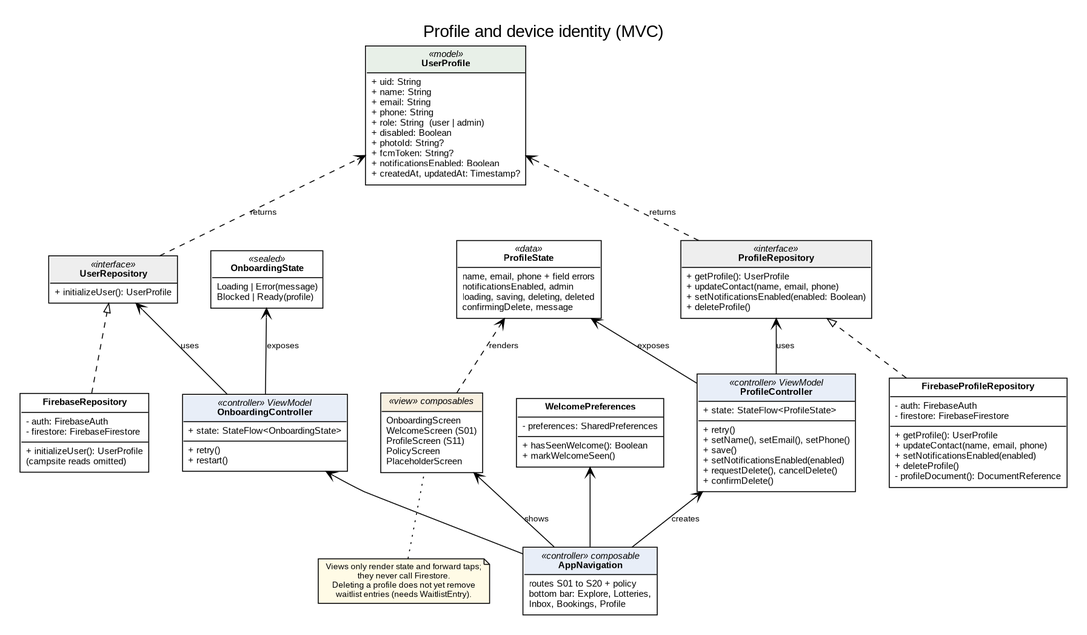
CMPUT301F26-legion/legion-events keeps this Graphviz diagram as doc/uml/profile_identity.png. Above is the earlier version. Its source is kept beside it as doc/uml/profile_identity.dot. Source of this version:
```dot
digraph ProfileIdentity {
  graph [rankdir=BT fontname="Liberation Sans" nodesep=0.5 ranksep=0.7 dpi=110 pad=0.3
         label="Profile and device identity (MVC)" labelloc=t fontsize=18];
  node  [shape=plain fontname="Liberation Sans" fontsize=10];
  edge  [fontname="Liberation Sans" fontsize=9];

  UserProfile [label=<<TABLE BORDER="1" CELLBORDER="0" CELLSPACING="0" CELLPADDING="4">
    <TR><TD BGCOLOR="#e8f0e8"><I>«model»</I><BR/><B>UserProfile</B></TD></TR>
    <TR><TD ALIGN="LEFT" BALIGN="LEFT" SIDES="T" BORDER="1">+ uid: String<BR/>+ name: String<BR/>+ email: String<BR/>+ phone: String<BR/>+ role: String  (user | admin)<BR/>+ disabled: Boolean<BR/>+ photoId: String?<BR/>+ fcmToken: String?<BR/>+ notificationsEnabled: Boolean<BR/>+ createdAt, updatedAt: Timestamp?</TD></TR></TABLE>>];

  UserRepository [label=<<TABLE BORDER="1" CELLBORDER="0" CELLSPACING="0" CELLPADDING="4">
    <TR><TD BGCOLOR="#eeeeee"><I>«interface»</I><BR/><B>UserRepository</B></TD></TR>
    <TR><TD ALIGN="LEFT" SIDES="T" BORDER="1">+ initializeUser(): UserProfile</TD></TR></TABLE>>];

  ProfileRepository [label=<<TABLE BORDER="1" CELLBORDER="0" CELLSPACING="0" CELLPADDING="4">
    <TR><TD BGCOLOR="#eeeeee"><I>«interface»</I><BR/><B>ProfileRepository</B></TD></TR>
    <TR><TD ALIGN="LEFT" BALIGN="LEFT" SIDES="T" BORDER="1">+ getProfile(): UserProfile<BR/>+ updateContact(name, email, phone)<BR/>+ setNotificationsEnabled(enabled: Boolean)<BR/>+ deleteProfile()</TD></TR></TABLE>>];

  FirebaseRepository [label=<<TABLE BORDER="1" CELLBORDER="0" CELLSPACING="0" CELLPADDING="4">
    <TR><TD><B>FirebaseRepository</B></TD></TR>
    <TR><TD ALIGN="LEFT" BALIGN="LEFT" SIDES="T" BORDER="1">- auth: FirebaseAuth<BR/>- firestore: FirebaseFirestore</TD></TR>
    <TR><TD ALIGN="LEFT" BALIGN="LEFT" SIDES="T" BORDER="1">+ initializeUser(): UserProfile<BR/>(campsite reads omitted)</TD></TR></TABLE>>];

  FirebaseProfileRepository [label=<<TABLE BORDER="1" CELLBORDER="0" CELLSPACING="0" CELLPADDING="4">
    <TR><TD><B>FirebaseProfileRepository</B></TD></TR>
    <TR><TD ALIGN="LEFT" BALIGN="LEFT" SIDES="T" BORDER="1">- auth: FirebaseAuth<BR/>- firestore: FirebaseFirestore</TD></TR>
    <TR><TD ALIGN="LEFT" BALIGN="LEFT" SIDES="T" BORDER="1">+ getProfile(): UserProfile<BR/>+ updateContact(name, email, phone)<BR/>+ setNotificationsEnabled(enabled)<BR/>+ deleteProfile()<BR/>- profileDocument(): DocumentReference</TD></TR></TABLE>>];

  WelcomePreferences [label=<<TABLE BORDER="1" CELLBORDER="0" CELLSPACING="0" CELLPADDING="4">
    <TR><TD><B>WelcomePreferences</B></TD></TR>
    <TR><TD ALIGN="LEFT" SIDES="T" BORDER="1">- preferences: SharedPreferences</TD></TR>
    <TR><TD ALIGN="LEFT" BALIGN="LEFT" SIDES="T" BORDER="1">+ hasSeenWelcome(): Boolean<BR/>+ markWelcomeSeen()</TD></TR></TABLE>>];

  OnboardingController [label=<<TABLE BORDER="1" CELLBORDER="0" CELLSPACING="0" CELLPADDING="4">
    <TR><TD BGCOLOR="#e8eef8"><I>«controller» ViewModel</I><BR/><B>OnboardingController</B></TD></TR>
    <TR><TD ALIGN="LEFT" SIDES="T" BORDER="1">+ state: StateFlow&lt;OnboardingState&gt;</TD></TR>
    <TR><TD ALIGN="LEFT" BALIGN="LEFT" SIDES="T" BORDER="1">+ retry()<BR/>+ restart()</TD></TR></TABLE>>];

  OnboardingState [label=<<TABLE BORDER="1" CELLBORDER="0" CELLSPACING="0" CELLPADDING="4">
    <TR><TD><I>«sealed»</I><BR/><B>OnboardingState</B></TD></TR>
    <TR><TD ALIGN="LEFT" BALIGN="LEFT" SIDES="T" BORDER="1">Loading | Error(message)<BR/>Blocked | Ready(profile)</TD></TR></TABLE>>];

  ProfileController [label=<<TABLE BORDER="1" CELLBORDER="0" CELLSPACING="0" CELLPADDING="4">
    <TR><TD BGCOLOR="#e8eef8"><I>«controller» ViewModel</I><BR/><B>ProfileController</B></TD></TR>
    <TR><TD ALIGN="LEFT" SIDES="T" BORDER="1">+ state: StateFlow&lt;ProfileState&gt;</TD></TR>
    <TR><TD ALIGN="LEFT" BALIGN="LEFT" SIDES="T" BORDER="1">+ retry()<BR/>+ setName(), setEmail(), setPhone()<BR/>+ save()<BR/>+ setNotificationsEnabled(enabled)<BR/>+ requestDelete(), cancelDelete()<BR/>+ confirmDelete()</TD></TR></TABLE>>];

  ProfileState [label=<<TABLE BORDER="1" CELLBORDER="0" CELLSPACING="0" CELLPADDING="4">
    <TR><TD><I>«data»</I><BR/><B>ProfileState</B></TD></TR>
    <TR><TD ALIGN="LEFT" BALIGN="LEFT" SIDES="T" BORDER="1">name, email, phone + field errors<BR/>notificationsEnabled, admin<BR/>loading, saving, deleting, deleted<BR/>confirmingDelete, message</TD></TR></TABLE>>];

  AppNavigation [label=<<TABLE BORDER="1" CELLBORDER="0" CELLSPACING="0" CELLPADDING="4">
    <TR><TD BGCOLOR="#e8eef8"><I>«controller» composable</I><BR/><B>AppNavigation</B></TD></TR>
    <TR><TD ALIGN="LEFT" BALIGN="LEFT" SIDES="T" BORDER="1">routes S01 to S20 + policy<BR/>bottom bar: Explore, Lotteries,<BR/>Inbox, Bookings, Profile</TD></TR></TABLE>>];

  Views [label=<<TABLE BORDER="1" CELLBORDER="0" CELLSPACING="0" CELLPADDING="4">
    <TR><TD BGCOLOR="#f8f0e0"><I>«view» composables</I></TD></TR>
    <TR><TD ALIGN="LEFT" BALIGN="LEFT" SIDES="T" BORDER="1">OnboardingScreen<BR/>WelcomeScreen (S01)<BR/>ProfileScreen (S11)<BR/>PolicyScreen<BR/>PlaceholderScreen</TD></TR></TABLE>>];

  note [shape=note fontsize=9 style=filled fillcolor="#fffbe6" label="Views only render state and forward taps;\nthey never call Firestore.\nDeleting a profile does not yet remove\nwaitlist entries (needs WaitlistEntry)."];

  FirebaseRepository -> UserRepository [arrowhead=onormal style=dashed];
  FirebaseProfileRepository -> ProfileRepository [arrowhead=onormal style=dashed];
  UserRepository -> UserProfile [arrowhead=vee style=dashed label="returns"];
  ProfileRepository -> UserProfile [arrowhead=vee style=dashed label="returns"];
  OnboardingController -> UserRepository [arrowhead=vee label="uses"];
  OnboardingController -> OnboardingState [arrowhead=vee label="exposes"];
  ProfileController -> ProfileRepository [arrowhead=vee label="uses"];
  ProfileController -> ProfileState [arrowhead=vee label="exposes"];
  AppNavigation -> OnboardingController [arrowhead=vee];
  AppNavigation -> ProfileController [arrowhead=vee label="creates"];
  AppNavigation -> WelcomePreferences [arrowhead=vee];
  AppNavigation -> Views [arrowhead=vee label="shows"];
  Views -> ProfileState [arrowhead=vee style=dashed label="renders"];
  note -> Views [arrowhead=none style=dotted];
}
```
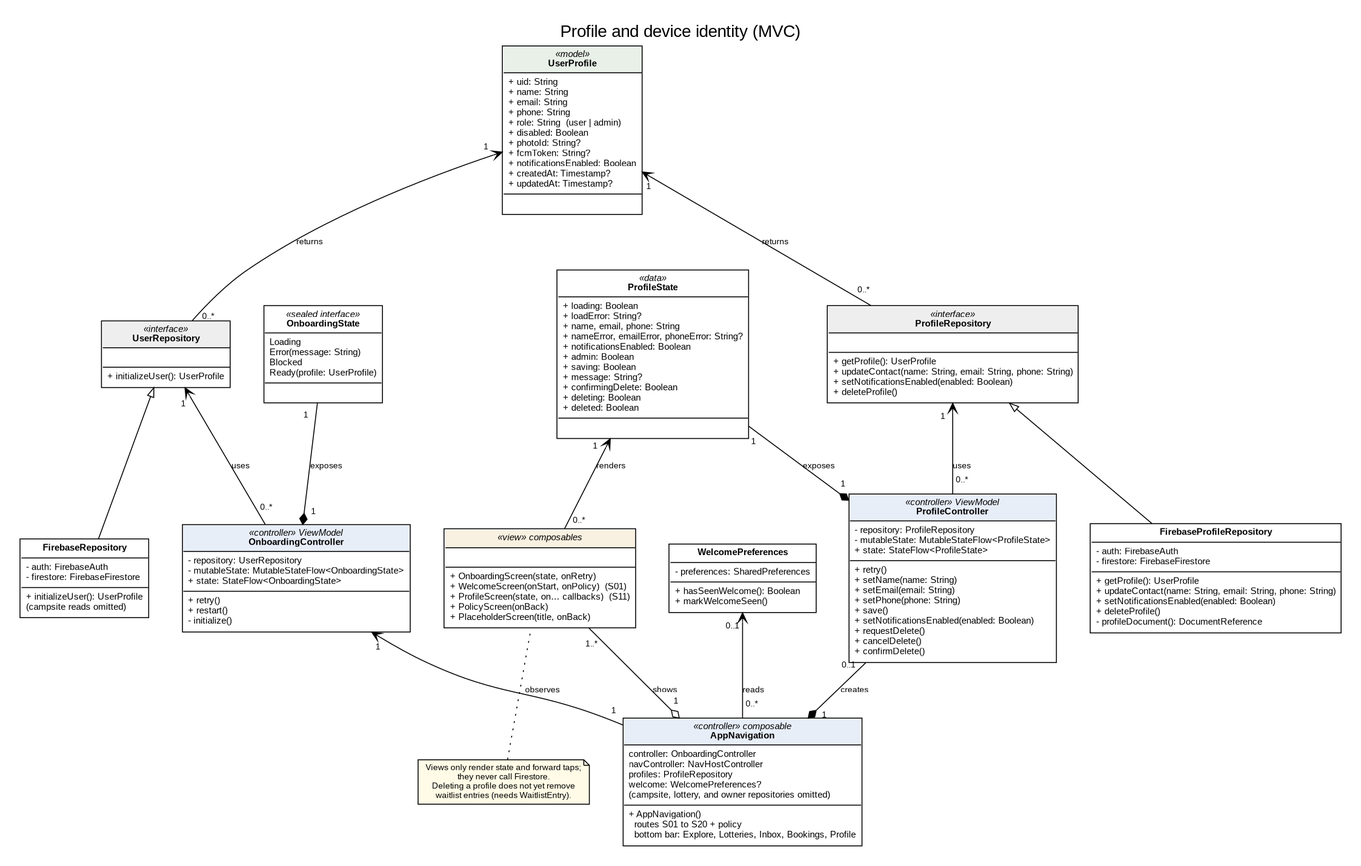
The same file after the commit.

Commit message:
Use standard UML arrows, multiplicities, and attribute/method compartments in profile diagram

Diff of the diagram source:
```diff
@@ -6,15 +6,18 @@
 
   UserProfile [label=<<TABLE BORDER="1" CELLBORDER="0" CELLSPACING="0" CELLPADDING="4">
     <TR><TD BGCOLOR="#e8f0e8"><I>«model»</I><BR/><B>UserProfile</B></TD></TR>
-    <TR><TD ALIGN="LEFT" BALIGN="LEFT" SIDES="T" BORDER="1">+ uid: String<BR/>+ name: String<BR/>+ email: String<BR/>+ phone: String<BR/>+ role: String  (user | admin)<BR/>+ disabled: Boolean<BR/>+ photoId: String?<BR/>+ fcmToken: String?<BR/>+ notificationsEnabled: Boolean<BR/>+ createdAt, updatedAt: Timestamp?</TD></TR></TABLE>>];
+    <TR><TD ALIGN="LEFT" BALIGN="LEFT" SIDES="T" BORDER="1">+ uid: String<BR/>+ name: String<BR/>+ email: String<BR/>+ phone: String<BR/>+ role: String  (user | admin)<BR/>+ disabled: Boolean<BR/>+ photoId: String?<BR/>+ fcmToken: String?<BR/>+ notificationsEnabled: Boolean<BR/>+ createdAt: Timestamp?<BR/>+ updatedAt: Timestamp?</TD></TR>
+    <TR><TD ALIGN="LEFT" BALIGN="LEFT" SIDES="T" BORDER="1"> </TD></TR></TABLE>>];
 
   UserRepository [label=<<TABLE BORDER="1" CELLBORDER="0" CELLSPACING="0" CELLPADDING="4">
     <TR><TD BGCOLOR="#eeeeee"><I>«interface»</I><BR/><B>UserRepository</B></TD></TR>
-    <TR><TD ALIGN="LEFT" SIDES="T" BORDER="1">+ initializeUser(): UserProfile</TD></TR></TABLE>>];
+    <TR><TD ALIGN="LEFT" BALIGN="LEFT" SIDES="T" BORDER="1"> </TD></TR>
+    <TR><TD ALIGN="LEFT" BALIGN="LEFT" SIDES="T" BORDER="1">+ initializeUser(): UserProfile</TD></TR></TABLE>>];
 
   ProfileRepository [label=<<TABLE BORDER="1" CELLBORDER="0" CELLSPACING="0" CELLPADDING="4">
     <TR><TD BGCOLOR="#eeeeee"><I>«interface»</I><BR/><B>ProfileRepository</B></TD></TR>
-    <TR><TD ALIGN="LEFT" BALIGN="LEFT" SIDES="T" BORDER="1">+ getProfile(): UserProfile<BR/>+ updateContact(name, email, phone)<BR/>+ setNotificationsEnabled(enabled: Boolean)<BR/>+ deleteProfile()</TD></TR></TABLE>>];
+    <TR><TD ALIGN="LEFT" BALIGN="LEFT" SIDES="T" BORDER="1"> </TD></TR>
+    <TR><TD ALIGN="LEFT" BALIGN="LEFT" SIDES="T" BORDER="1">+ getProfile(): UserProfile<BR/>+ updateContact(name: String, email: String, phone: String)<BR/>+ setNotificationsEnabled(enabled: Boolean)<BR/>+ deleteProfile()</TD></TR></TABLE>>];
 
   FirebaseRepository [label=<<TABLE BORDER="1" CELLBORDER="0" CELLSPACING="0" CELLPADDING="4">
     <TR><TD><B>FirebaseRepository</B></TD></TR>
@@ -24,53 +27,63 @@
   FirebaseProfileRepository [label=<<TABLE BORDER="1" CELLBORDER="0" CELLSPACING="0" CELLPADDING="4">
     <TR><TD><B>FirebaseProfileRepository</B></TD></TR>
     <TR><TD ALIGN="LEFT" BALIGN="LEFT" SIDES="T" BORDER="1">- auth: FirebaseAuth<BR/>- firestore: FirebaseFirestore</TD></TR>
-    <TR><TD ALIGN="LEFT" BALIGN="LEFT" SIDES="T" BORDER="1">+ getProfile(): UserProfile<BR/>+ updateContact(name, email, phone)<BR/>+ setNotificationsEnabled(enabled)<BR/>+ deleteProfile()<BR/>- profileDocument(): DocumentReference</TD></TR></TABLE>>];
+    <TR><TD ALIGN="LEFT" BALIGN="LEFT" SIDES="T" BORDER="1">+ getProfile(): UserProfile<BR/>+ updateContact(name: String, email: String, phone: String)<BR/>+ setNotificationsEnabled(enabled: Boolean)<BR/>+ deleteProfile()<BR/>- profileDocument(): DocumentReference</TD></TR></TABLE>>];
 
   WelcomePreferences [label=<<TABLE BORDER="1" CELLBORDER="0" CELLSPACING="0" CELLPADDING="4">
     <TR><TD><B>WelcomePreferences</B></TD></TR>
-    <TR><TD ALIGN="LEFT" SIDES="T" BORDER="1">- preferences: SharedPreferences</TD></TR>
+    <TR><TD ALIGN="LEFT" BALIGN="LEFT" SIDES="T" BORDER="1">- preferences: SharedPreferences</TD></TR>
     <TR><TD ALIGN="LEFT" BALIGN="LEFT" SIDES="T" BORDER="1">+ hasSeenWelcome(): Boolean<BR/>+ markWelcomeSeen()</TD></TR></TABLE>>];
 
   OnboardingController [label=<<TABLE BORDER="1" CELLBORDER="0" CELLSPACING="0" CELLPADDING="4">
     <TR><TD BGCOLOR="#e8eef8"><I>«controller» ViewModel</I><BR/><B>OnboardingController</B></TD></TR>
-    <TR><TD ALIGN="LEFT" SIDES="T" BORDER="1">+ state: StateFlow&lt;OnboardingState&gt;</TD></TR>
-    <TR><TD ALIGN="LEFT" BALIGN="LEFT" SIDES="T" BORDER="1">+ retry()<BR/>+ restart()</TD></TR></TABLE>>];
+    <TR><TD ALIGN="LEFT" BALIGN="LEFT" SIDES="T" BORDER="1">- repository: UserRepository<BR/>- mutableState: MutableStateFlow&lt;OnboardingState&gt;<BR/>+ state: StateFlow&lt;OnboardingState&gt;</TD></TR>
+    <TR><TD ALIGN="LEFT" BALIGN="LEFT" SIDES="T" BORDER="1">+ retry()<BR/>+ restart()<BR/>- initialize()</TD></TR></TABLE>>];
 
   OnboardingState [label=<<TABLE BORDER="1" CELLBORDER="0" CELLSPACING="0" CELLPADDING="4">
-    <TR><TD><I>«sealed»</I><BR/><B>OnboardingState</B></TD></TR>
-    <TR><TD ALIGN="LEFT" BALIGN="LEFT" SIDES="T" BORDER="1">Loading | Error(message)<BR/>Blocked | Ready(profile)</TD></TR></TABLE>>];
+    <TR><TD><I>«sealed interface»</I><BR/><B>OnboardingState</B></TD></TR>
+    <TR><TD ALIGN="LEFT" BALIGN="LEFT" SIDES="T" BORDER="1">Loading<BR/>Error(message: String)<BR/>Blocked<BR/>Ready(profile: UserProfile)</TD></TR>
+    <TR><TD ALIGN="LEFT" BALIGN="LEFT" SIDES="T" BORDER="1"> </TD></TR></TABLE>>];
 
   ProfileController [label=<<TABLE BORDER="1" CELLBORDER="0" CELLSPACING="0" CELLPADDING="4">
     <TR><TD BGCOLOR="#e8eef8"><I>«controller» ViewModel</I><BR/><B>ProfileController</B></TD></TR>
-    <TR><TD ALIGN="LEFT" SIDES="T" BORDER="1">+ state: StateFlow&lt;ProfileState&gt;</TD></TR>
-    <TR><TD ALIGN="LEFT" BALIGN="LEFT" SIDES="T" BORDER="1">+ retry()<BR/>+ setName(), setEmail(), setPhone()<BR/>+ save()<BR/>+ setNotificationsEnabled(enabled)<BR/>+ requestDelete(), cancelDelete()<BR/>+ confirmDelete()</TD></TR></TABLE>>];
+    <TR><TD ALIGN="LEFT" BALIGN="LEFT" SIDES="T" BORDER="1">- repository: ProfileRepository<BR/>- mutableState: MutableStateFlow&lt;ProfileState&gt;<BR/>+ state: StateFlow&lt;ProfileState&gt;</TD></TR>
+    <TR><TD ALIGN="LEFT" BALIGN="LEFT" SIDES="T" BORDER="1">+ retry()<BR/>+ setName(name: String)<BR/>+ setEmail(email: String)<BR/>+ setPhone(phone: String)<BR/>+ save()<BR/>+ setNotificationsEnabled(enabled: Boolean)<BR/>+ requestDelete()<BR/>+ cancelDelete()<BR/>+ confirmDelete()</TD></TR></TABLE>>];
 
   ProfileState [label=<<TABLE BORDER="1" CELLBORDER="0" CELLSPACING="0" CELLPADDING="4">
     <TR><TD><I>«data»</I><BR/><B>ProfileState</B></TD></TR>
-    <TR><TD ALIGN="LEFT" BALIGN="LEFT" SIDES="T" BORDER="1">name, email, phone + field errors<BR/>notificationsEnabled, admin<BR/>loading, saving, deleting, deleted<BR/>confirmingDelete, message</TD></TR></TABLE>>];
+    <TR><TD ALIGN="LEFT" BALIGN="LEFT" SIDES="T" BORDER="1">+ loading: Boolean<BR/>+ loadError: String?<BR/>+ name, email, phone: String<BR/>+ nameError, emailError, phoneError: String?<BR/>+ notificationsEnabled: Boolean<BR/>+ admin: Boolean<BR/>+ saving: Boolean<BR/>+ message: String?<BR/>+ confirmingDelete: Boolean<BR/>+ deleting: Boolean<BR/>+ deleted: Boolean</TD></TR>
+    <TR><TD ALIGN="LEFT" BALIGN="LEFT" SIDES="T" BORDER="1"> </TD></TR></TABLE>>];
 
   AppNavigation [label=<<TABLE BORDER="1" CELLBORDER="0" CELLSPACING="0" CELLPADDING="4">
     <TR><TD BGCOLOR="#e8eef8"><I>«controller» composable</I><BR/><B>AppNavigation</B></TD></TR>
-    <TR><TD ALIGN="LEFT" BALIGN="LEFT" SIDES="T" BORDER="1">routes S01 to S20 + policy<BR/>bottom bar: Explore, Lotteries,<BR/>Inbox, Bookings, Profile</TD></TR></TABLE>>];
+    <TR><TD ALIGN="LEFT" BALIGN="LEFT" SIDES="T" BORDER="1">controller: OnboardingController<BR/>navController: NavHostController<BR/>profiles: ProfileRepository<BR/>welcome: WelcomePreferences?<BR/>(campsite, lottery, and owner repositories omitted)</TD></TR>
+    <TR><TD ALIGN="LEFT" BALIGN="LEFT" SIDES="T" BORDER="1">+ AppNavigation()<BR/>  routes S01 to S20 + policy<BR/>  bottom bar: Explore, Lotteries, Inbox, Bookings, Profile</TD></TR></TABLE>>];
 
   Views [label=<<TABLE BORDER="1" CELLBORDER="0" CELLSPACING="0" CELLPADDING="4">
     <TR><TD BGCOLOR="#f8f0e0"><I>«view» composables</I></TD></TR>
-    <TR><TD ALIGN="LEFT" BALIGN="LEFT" SIDES="T" BORDER="1">OnboardingScreen<BR/>WelcomeScreen (S01)<BR/>ProfileScreen (S11)<BR/>PolicyScreen<BR/>PlaceholderScreen</TD></TR></TABLE>>];
+    <TR><TD ALIGN="LEFT" BALIGN="LEFT" SIDES="T" BORDER="1"> </TD></TR>
+    <TR><TD ALIGN="LEFT" BALIGN="LEFT" SIDES="T" BORDER="1">+ OnboardingScreen(state, onRetry)<BR/>+ WelcomeScreen(onStart, onPolicy)  (S01)<BR/>+ ProfileScreen(state, on… callbacks)  (S11)<BR/>+ PolicyScreen(onBack)<BR/>+ PlaceholderScreen(title, onBack)</TD></TR></TABLE>>];
 
   note [shape=note fontsize=9 style=filled fillcolor="#fffbe6" label="Views only render state and forward taps;\nthey never call Firestore.\nDeleting a profile does not yet remove\nwaitlist entries (needs WaitlistEntry)."];
 
-  FirebaseRepository -> UserRepository [arrowhead=onormal style=dashed];
-  FirebaseProfileRepository -> ProfileRepository [arrowhead=onormal style=dashed];
-  UserRepository -> UserProfile [arrowhead=vee style=dashed label="returns"];
-  ProfileRepository -> UserProfile [arrowhead=vee style=dashed label="returns"];
-  OnboardingController -> UserRepository [arrowhead=vee label="uses"];
-  OnboardingController -> OnboardingState [arrowhead=vee label="exposes"];
-  ProfileController -> ProfileRepository [arrowhead=vee label="uses"];
-  ProfileController -> ProfileState [arrowhead=vee label="exposes"];
-  AppNavigation -> OnboardingController [arrowhead=vee];
-  AppNavigation -> ProfileController [arrowhead=vee label="creates"];
-  AppNavigation -> WelcomePreferences [arrowhead=vee];
-  AppNavigation -> Views [arrowhead=vee label="shows"];
-  Views -> ProfileState [arrowhead=vee style=dashed label="renders"];
+  edge [labeldistance=1.8 labelangle=35];
+
+  FirebaseRepository -> UserRepository [arrowhead=onormal];
+  FirebaseProfileRepository -> ProfileRepository [arrowhead=onormal];
+
+  UserRepository -> UserProfile [arrowhead=vee label="returns" taillabel="0..*" headlabel="1"];
+  ProfileRepository -> UserProfile [arrowhead=vee label="returns" taillabel="0..*" headlabel="1"];
+  OnboardingController -> UserRepository [arrowhead=vee label="uses" taillabel="0..*" headlabel="1"];
+  ProfileController -> ProfileRepository [arrowhead=vee label="uses" taillabel="0..*" headlabel="1"];
+  AppNavigation -> OnboardingController [arrowhead=vee label="observes" taillabel="1" headlabel="1"];
+  AppNavigation -> WelcomePreferences [arrowhead=vee label="reads" taillabel="0..*" headlabel="0..1"];
+  Views -> ProfileState [arrowhead=vee label="renders" taillabel="0..*" headlabel="1"];
+
+  OnboardingController -> OnboardingState [dir=back arrowtail=diamond label="exposes" taillabel="1" headlabel="1"];
+  ProfileController -> ProfileState [dir=back arrowtail=diamond label="exposes" taillabel="1" headlabel="1"];
+  AppNavigation -> ProfileController [dir=back arrowtail=diamond label="creates" taillabel="1" headlabel="0..1"];
+
+  AppNavigation -> Views [dir=back arrowtail=odiamond label="shows" taillabel="1" headlabel="1..*"];
+
   note -> Views [arrowhead=none style=dotted];
 }
```
